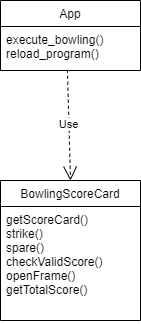
MateoGarciaG/Bowling_Game_Kata keeps this draw.io diagram as DDD/Model_DDD_bowling_kata.png. Above is the earlier version. Source tidied: cells renumbered, new cells last; positions are measured from the earlier drawing's top-left corner, leaving out a move shared by most shapes.
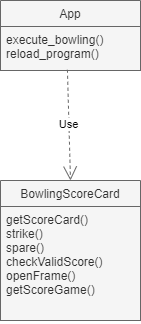
After the commit.

Commit message:
docs: :memo: Se ha actualizado el Modelo de Dominio y el Diagrama UML

The edit, as a diff of the source:
```diff
@@ -1,20 +1,20 @@
-<mxGraphModel>
+<mxGraphModel background="#ffffff">
   <root>
     <mxCell id="0" />
     <mxCell id="1" parent="0" />
-    <mxCell id="2" value="BowlingScoreCard" style="swimlane;fontStyle=0;horizontal=1;startSize=26;fillColor=none;" parent="1" vertex="1">
+    <mxCell id="2" value="BowlingScoreCard" style="swimlane;fontStyle=0;horizontal=1;startSize=26;fillColor=#f5f5f5;strokeColor=#666666;fontColor=#333333;" parent="1" vertex="1">
       <mxGeometry y="180" width="140" height="140" as="geometry" />
     </mxCell>
-    <mxCell id="3" value="getScoreCard()&#10;strike()&#10;spare()&#10;checkValidScore()&#10;openFrame()&#10;getTotalScore()" style="text;strokeColor=none;fillColor=none;align=left;verticalAlign=top;spacingLeft=4;spacingRight=4;overflow=hidden;" parent="2" vertex="1">
+    <mxCell id="3" value="getScoreCard()&#10;strike()&#10;spare()&#10;checkValidScore()&#10;openFrame()&#10;getScoreGame()" style="text;strokeColor=#666666;fillColor=#f5f5f5;align=left;verticalAlign=top;spacingLeft=4;spacingRight=4;overflow=hidden;fontColor=#333333;" parent="2" vertex="1">
       <mxGeometry y="26" width="140" height="114" as="geometry" />
     </mxCell>
-    <mxCell id="4" value="App" style="swimlane;fontStyle=0;horizontal=1;startSize=26;fillColor=none;" parent="1" vertex="1">
+    <mxCell id="4" value="App" style="swimlane;fontStyle=0;horizontal=1;startSize=26;fillColor=#f5f5f5;strokeColor=#666666;fontColor=#333333;" parent="1" vertex="1">
       <mxGeometry width="140" height="70" as="geometry" />
     </mxCell>
-    <mxCell id="5" value="execute_bowling()&#10;reload_program()" style="text;strokeColor=none;fillColor=none;align=left;verticalAlign=top;spacingLeft=4;spacingRight=4;overflow=hidden;points=[[0,0.5],[1,0.5]];portConstraint=eastwest;" parent="4" vertex="1">
+    <mxCell id="5" value="execute_bowling()&#10;reload_program()" style="text;strokeColor=#666666;fillColor=#f5f5f5;align=left;verticalAlign=top;spacingLeft=4;spacingRight=4;overflow=hidden;points=[[0,0.5],[1,0.5]];portConstraint=eastwest;fontColor=#333333;" parent="4" vertex="1">
       <mxGeometry y="26" width="140" height="44" as="geometry" />
     </mxCell>
-    <mxCell id="6" value="Use" style="endArrow=open;endSize=12;dashed=1;html=1;exitX=0.478;exitY=0.983;exitDx=0;exitDy=0;exitPerimeter=0;entryX=0.5;entryY=0;entryDx=0;entryDy=0;" parent="1" edge="1" source="5" target="2">
+    <mxCell id="6" value="Use" style="endArrow=open;endSize=12;dashed=1;html=1;exitX=0.478;exitY=0.983;exitDx=0;exitDy=0;exitPerimeter=0;entryX=0.5;entryY=0;entryDx=0;entryDy=0;fillColor=#f5f5f5;strokeColor=#666666;" parent="1" edge="1" source="5" target="2">
       <mxGeometry relative="1" as="geometry" />
     </mxCell>
   </root>
```
